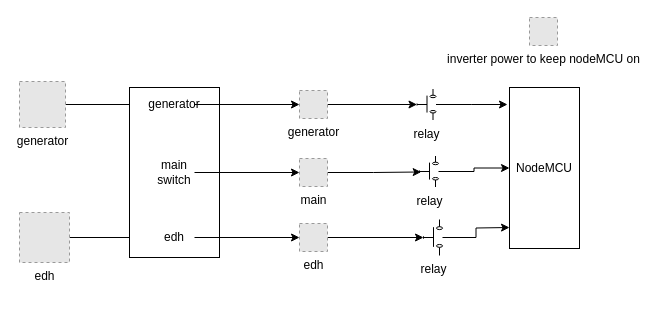
Before: docs/diagram.drawio in msrheidema/edhMonitor, a draw.io diagram. Source tidied: cells renumbered, new cells numbered last; positions are measured from the earlier drawing's top-left corner, leaving out a move shared by most shapes. Both pictures are drawn from the tidied source at 100%, with x=0, y=0 at pixel (19, 17). Pictures stored in the file or linked from it are replaced by grey dashed boxes.
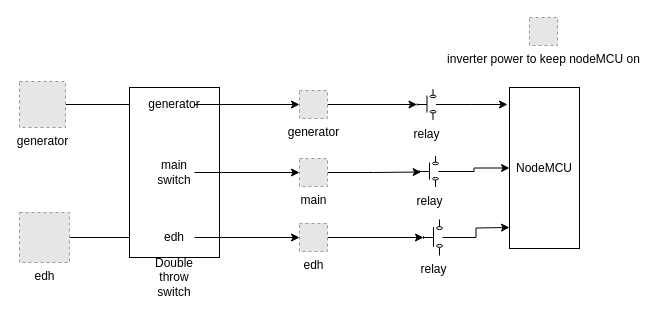
The same page after the edit.

Diff of the diagram source:
```diff
@@
+    <mxCell id="27" value="Double throw switch" style="text;html=1;strokeColor=none;fillColor=none;align=center;verticalAlign=middle;whiteSpace=wrap;rounded=0;" parent="1" vertex="1">
+      <mxGeometry x="135" y="250" width="40" height="20" as="geometry" />
+    </mxCell>
```
